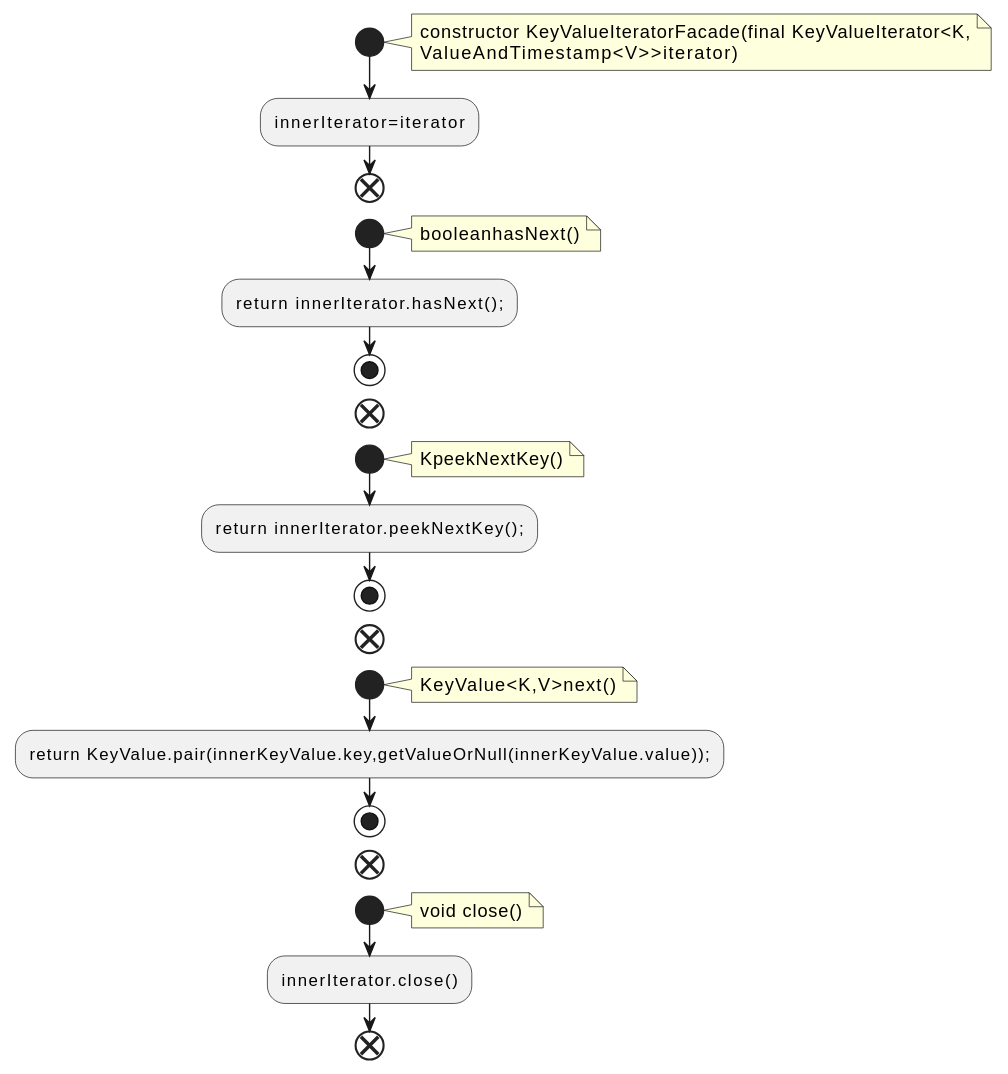
qualitesys/kafka keeps this PlantUML diagram as docs/qc/streams/src/main/java/org/apache/kafka/streams/state/internals/KeyValueIteratorFacade.java.fct.svg. Above is the earlier version.
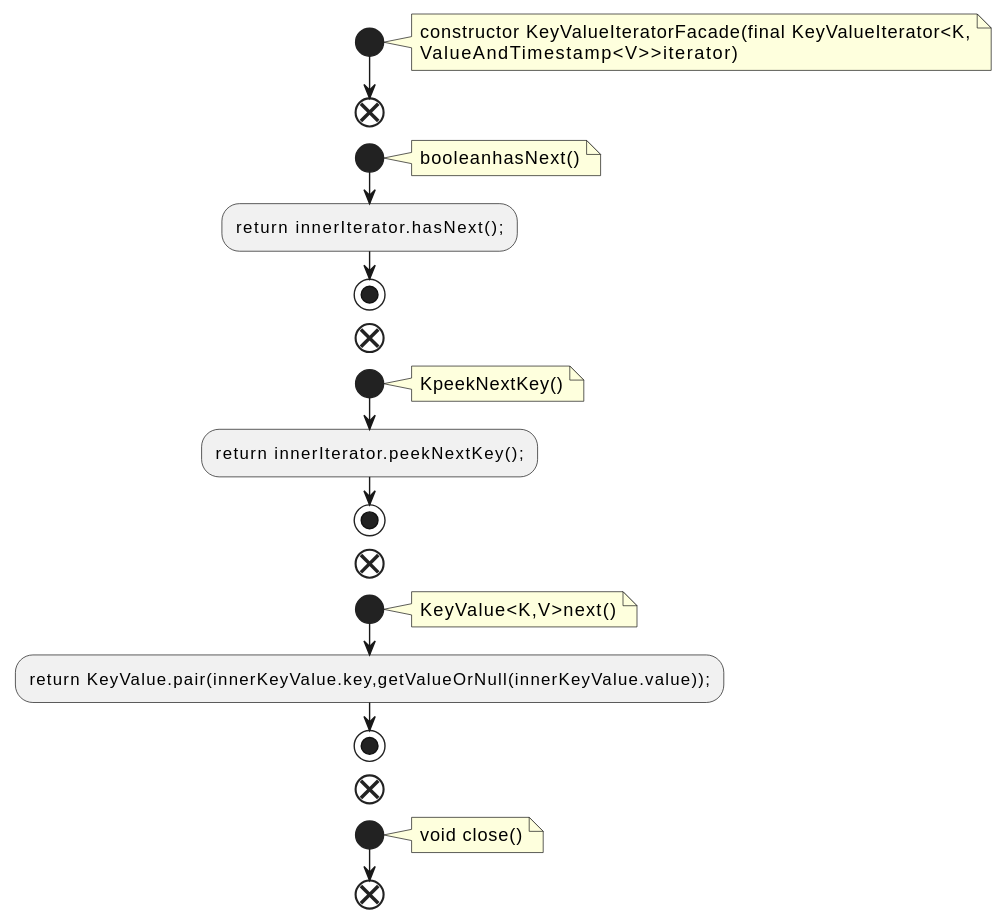
After the change.

Change to the diagram source:
```diff
@@ -5,7 +5,6 @@
 constructor KeyValueIteratorFacade(final KeyValueIterator<K,
 ValueAndTimestamp<V>>iterator)
 end note
-:innerIterator=iterator;
 end
 start
 note right
@@ -32,6 +31,5 @@
 note right
 void close()
 end note
-:innerIterator.close();
 end
 @enduml
```
